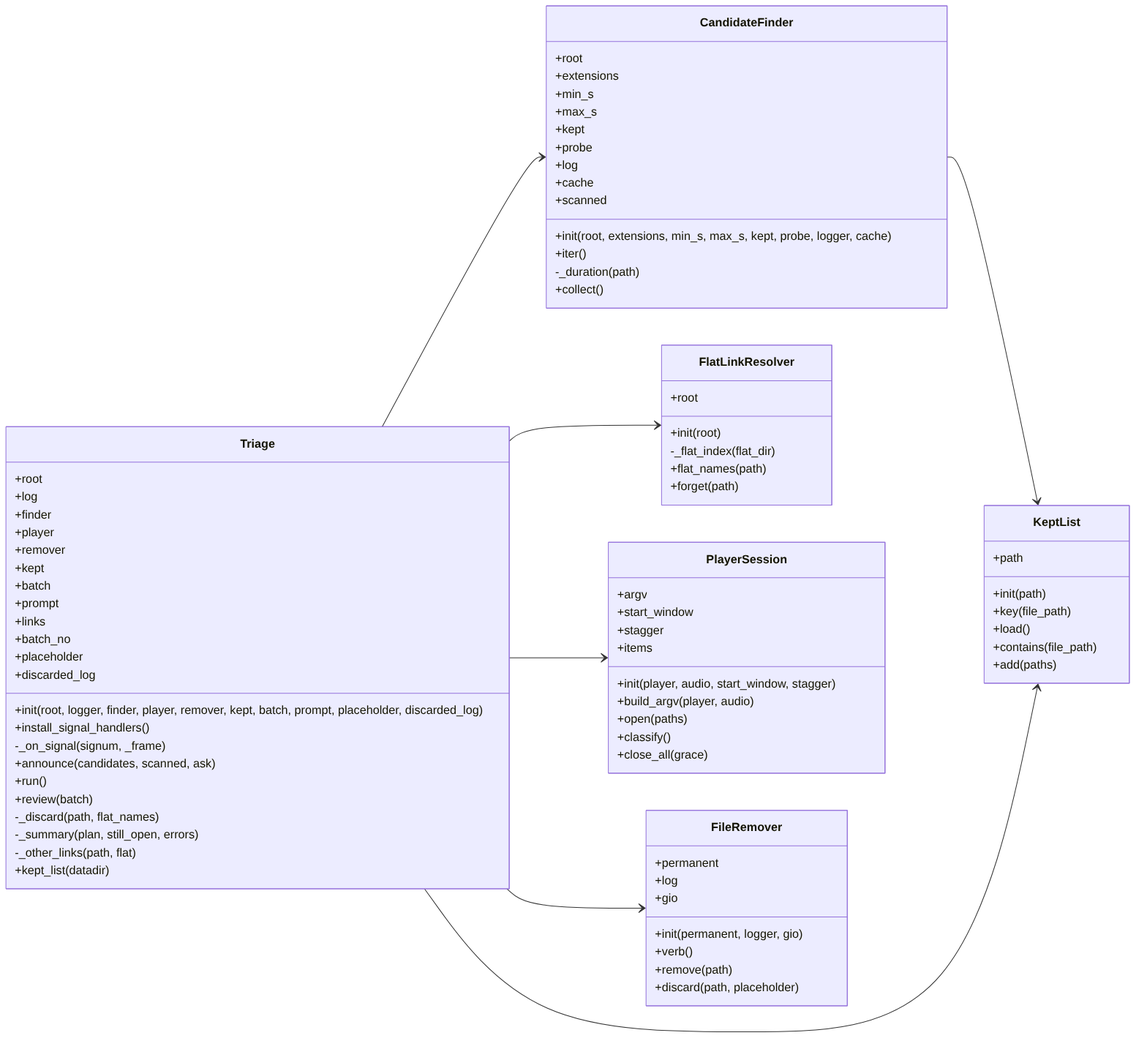
Earlier version of the Mermaid export docs/img/uml_triage.png (peddanet/mediatools). Its source is kept beside it as docs/img/uml_triage.mmd. Source of this version:
```mermaid
classDiagram
  direction LR
  class CandidateFinder {
    +root
    +extensions
    +min_s
    +max_s
    +kept
    +probe
    +log
    +cache
    +scanned
    +init(root, extensions, min_s, max_s, kept, probe, logger, cache)
    +iter()
    -_duration(path)
    +collect()
  }
  class KeptList {
    +path
    +init(path)
    +key(file_path)
    +load()
    +contains(file_path)
    +add(paths)
  }
  class FlatLinkResolver {
    +root
    +init(root)
    -_flat_index(flat_dir)
    +flat_names(path)
    +forget(path)
  }
  class PlayerSession {
    +argv
    +start_window
    +stagger
    +items
    +init(player, audio, start_window, stagger)
    +build_argv(player, audio)
    +open(paths)
    +classify()
    +close_all(grace)
  }
  class FileRemover {
    +permanent
    +log
    +gio
    +init(permanent, logger, gio)
    +verb()
    +remove(path)
    +discard(path, placeholder)
  }
  class Triage {
    +root
    +log
    +finder
    +player
    +remover
    +kept
    +batch
    +prompt
    +links
    +batch_no
    +placeholder
    +discarded_log
    +init(root, logger, finder, player, remover, kept, batch, prompt, placeholder, discarded_log)
    +install_signal_handlers()
    -_on_signal(signum, _frame)
    +announce(candidates, scanned, ask)
    +run()
    +review(batch)
    -_discard(path, flat_names)
    -_summary(plan, still_open, errors)
    -_other_links(path, flat)
    +kept_list(datadir)
  }
  CandidateFinder --> KeptList
  Triage --> CandidateFinder
  Triage --> FileRemover
  Triage --> FlatLinkResolver
  Triage --> KeptList
  Triage --> PlayerSession
```
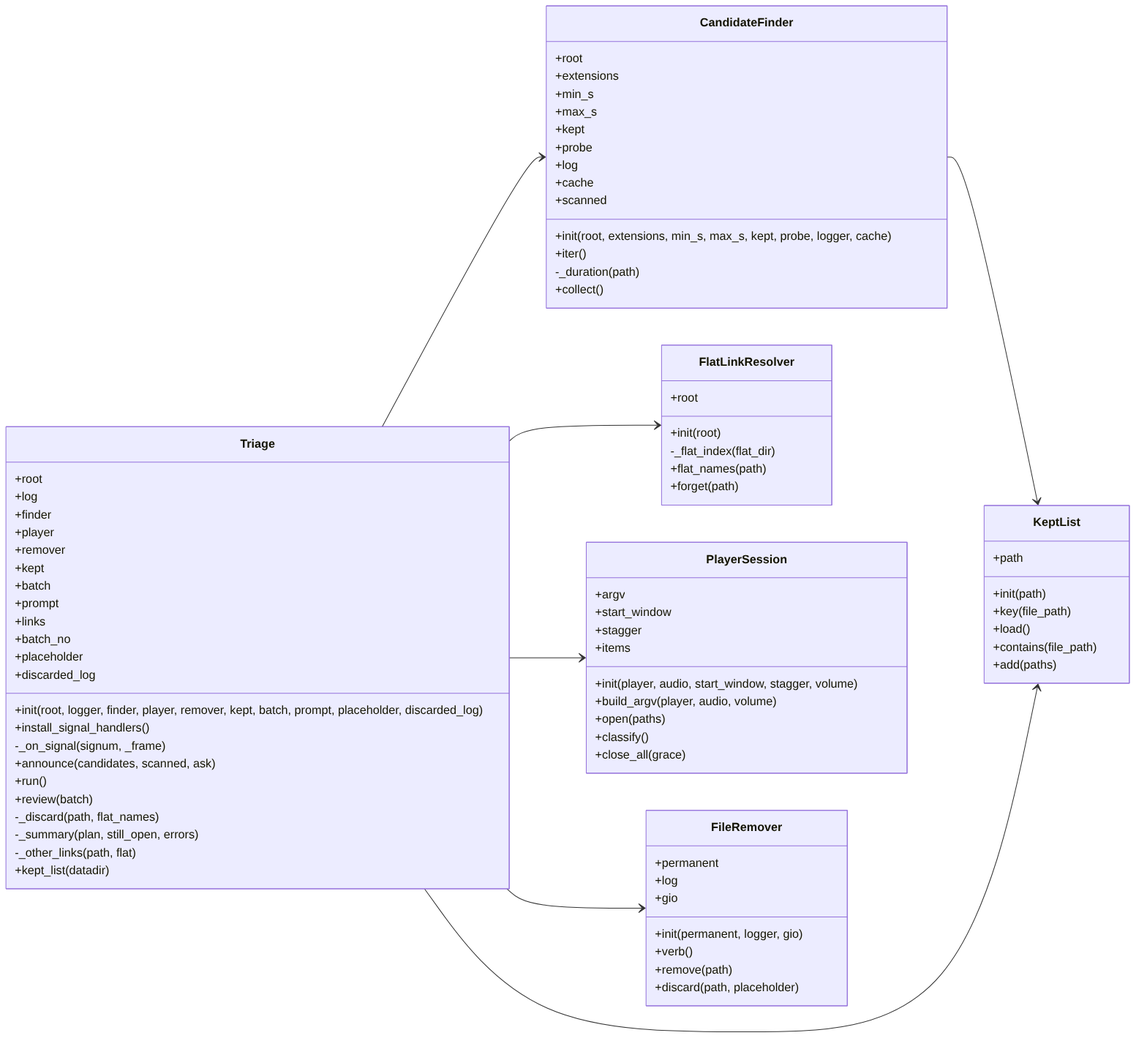
The same diagram one commit later.

Diff of the diagram source:
```diff
@@ -35,8 +35,8 @@
     +start_window
     +stagger
     +items
-    +init(player, audio, start_window, stagger)
-    +build_argv(player, audio)
+    +init(player, audio, start_window, stagger, volume)
+    +build_argv(player, audio, volume)
     +open(paths)
     +classify()
     +close_all(grace)
```
